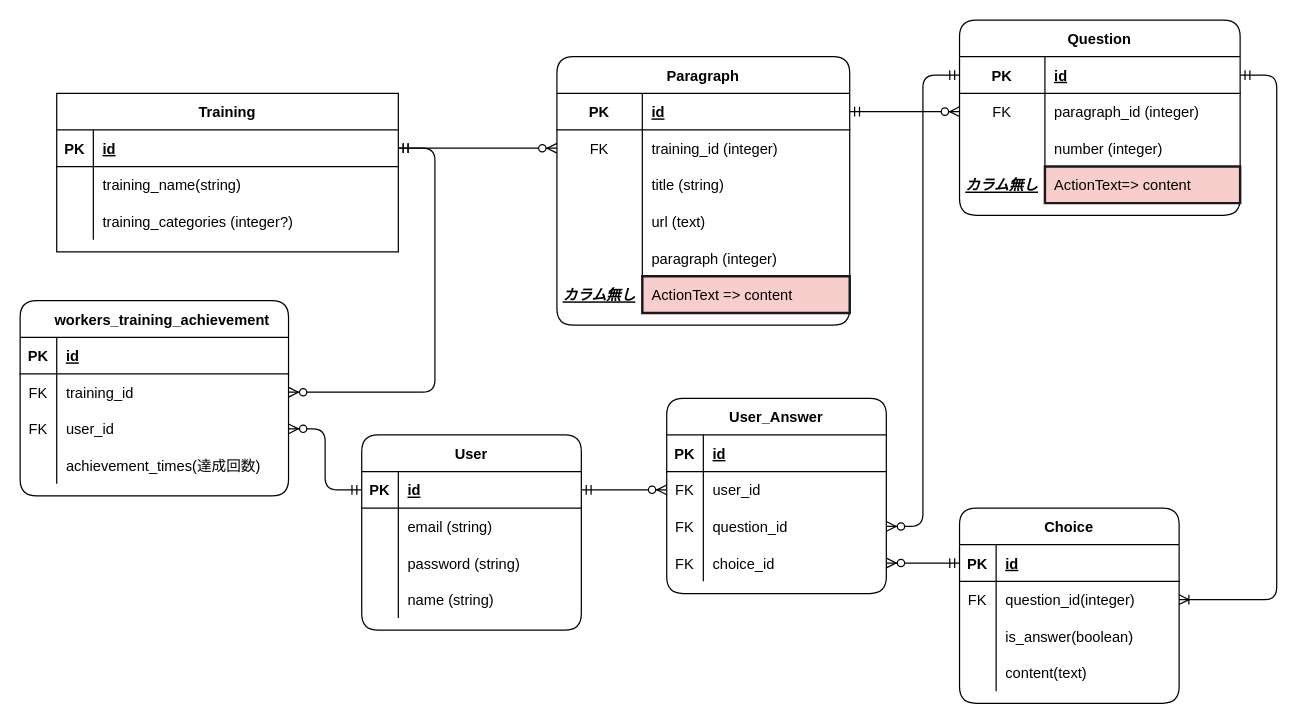
Earlier version of the draw.io diagram page "自分アプリ用" (1 of 2) of models.drawio (Yuluki-10/quiz-app). Source tidied: cells renumbered, new cells numbered last; positions are measured from the earlier drawing's top-left corner, leaving out a move shared by most shapes. Both pictures are drawn from the tidied source at 122%, with x=0, y=0 at pixel (20, 20).
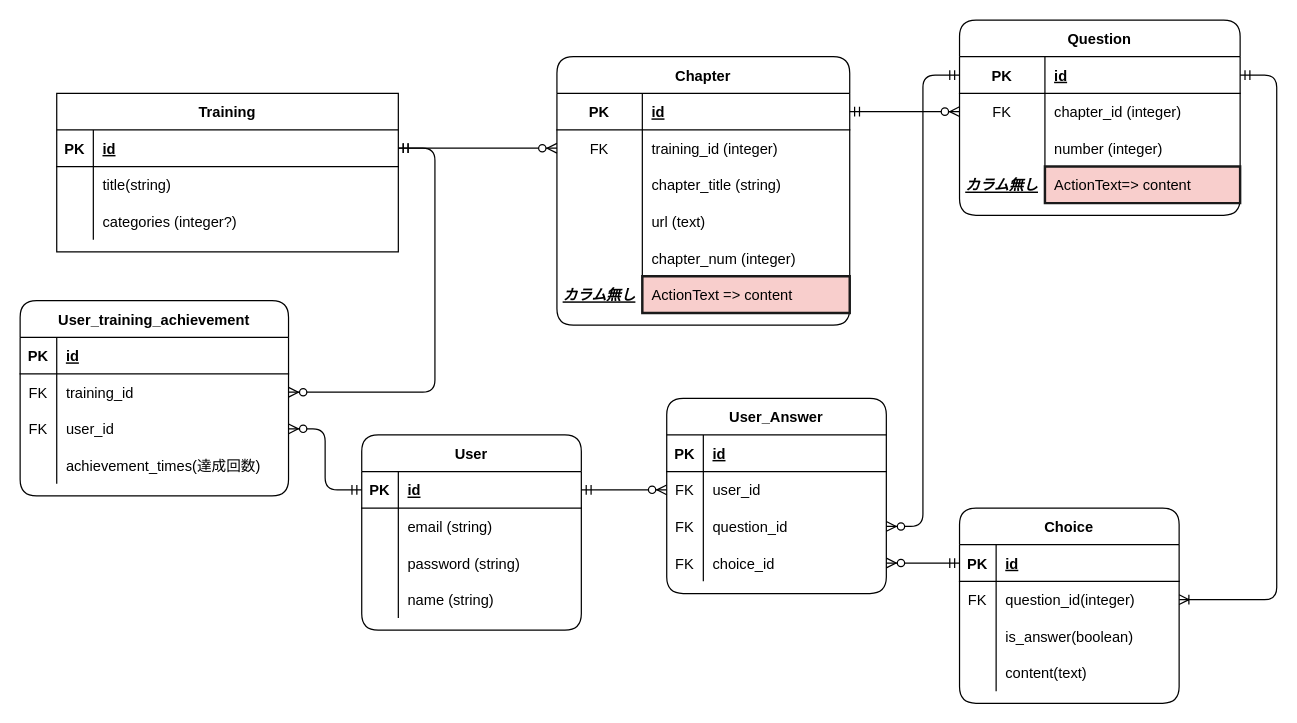
Above is the later version.

Unchanged cells that the change refers to:
```xml
<mxCell id="9" style="shape=partialRectangle;fillColor=none;top=0;left=0;bottom=0;right=0;rounded=1;" parent="2" vertex="1">
  <mxGeometry y="90" width="240" height="30" as="geometry" />
</mxCell>
<mxCell id="15" style="shape=partialRectangle;fillColor=none;top=0;left=0;bottom=0;right=0;rounded=1;" parent="2" vertex="1">
  <mxGeometry y="150" width="240" height="30" as="geometry" />
</mxCell>
<mxCell id="25" style="shape=partialRectangle;fillColor=none;top=0;left=0;bottom=0;right=0;points=[[0,0.5],[1,0.5]];portConstraint=eastwest;rounded=1;" parent="21" vertex="1">
  <mxGeometry y="60" width="230" height="30" as="geometry" />
</mxCell>
<mxCell id="82" style="shape=partialRectangle;fillColor=none;top=0;left=0;bottom=0;right=0;" parent="78" vertex="1">
  <mxGeometry y="60" width="280" height="30" as="geometry" />
</mxCell>
<mxCell id="85" style="shape=partialRectangle;fillColor=none;top=0;left=0;bottom=0;right=0;" parent="78" vertex="1">
  <mxGeometry y="90" width="280" height="30" as="geometry" />
</mxCell>
```

What changed in the source:
```diff
@@
-    <mxCell id="2" value="Paragraph" style="shape=table;startSize=30;childLayout=tableLayout;rowLines=0;fontStyle=1;align=center;rounded=1;" parent="1" vertex="1">
+    <mxCell id="2" value="Chapter" style="shape=table;startSize=30;childLayout=tableLayout;rowLines=0;fontStyle=1;align=center;rounded=1;" parent="1" vertex="1">
       <mxGeometry x="440" y="30" width="240" height="220" as="geometry" />
     </mxCell>
@@
-    <mxCell id="11" value="title (string)" style="shape=partialRectangle;fillColor=none;top=0;left=0;bottom=0;right=0;align=left;spacingLeft=6;overflow=hidden;rounded=1;" parent="9" vertex="1">
+    <mxCell id="11" value="chapter_title (string)" style="shape=partialRectangle;fillColor=none;top=0;left=0;bottom=0;right=0;align=left;spacingLeft=6;overflow=hidden;rounded=1;" parent="9" vertex="1">
       <mxGeometry x="70" width="170" height="30" as="geometry" />
     </mxCell>
@@
-    <mxCell id="17" value="paragraph (integer)" style="shape=partialRectangle;fillColor=none;top=0;left=0;bottom=0;right=0;align=left;spacingLeft=6;overflow=hidden;rounded=1;" parent="15" vertex="1">
+    <mxCell id="17" value="chapter_num (integer)" style="shape=partialRectangle;fillColor=none;top=0;left=0;bottom=0;right=0;align=left;spacingLeft=6;overflow=hidden;rounded=1;" parent="15" vertex="1">
       <mxGeometry x="70" width="170" height="30" as="geometry" />
     </mxCell>
@@
-    <mxCell id="27" value="paragraph_id (integer)" style="shape=partialRectangle;fillColor=none;top=0;left=0;bottom=0;right=0;align=left;spacingLeft=6;overflow=hidden;rounded=1;" parent="25" vertex="1">
+    <mxCell id="27" value="chapter_id (integer)" style="shape=partialRectangle;fillColor=none;top=0;left=0;bottom=0;right=0;align=left;spacingLeft=6;overflow=hidden;rounded=1;" parent="25" vertex="1">
       <mxGeometry x="70" width="160" height="30" as="geometry" />
     </mxCell>
@@
-    <mxCell id="84" value="training_name(string)" style="shape=partialRectangle;fillColor=none;top=0;left=0;bottom=0;right=0;align=left;spacingLeft=6;overflow=hidden;" parent="82" vertex="1">
+    <mxCell id="84" value="title(string)" style="shape=partialRectangle;fillColor=none;top=0;left=0;bottom=0;right=0;align=left;spacingLeft=6;overflow=hidden;" parent="82" vertex="1">
       <mxGeometry x="30" width="250" height="30" as="geometry" />
     </mxCell>
@@
-    <mxCell id="87" value="training_categories (integer?)" style="shape=partialRectangle;fillColor=none;top=0;left=0;bottom=0;right=0;align=left;spacingLeft=6;overflow=hidden;" parent="85" vertex="1">
+    <mxCell id="87" value="categories (integer?)" style="shape=partialRectangle;fillColor=none;top=0;left=0;bottom=0;right=0;align=left;spacingLeft=6;overflow=hidden;" parent="85" vertex="1">
       <mxGeometry x="30" width="250" height="30" as="geometry" />
     </mxCell>
@@
-    <mxCell id="89" value="    workers_training_achievement" style="shape=table;startSize=30;childLayout=tableLayout;rowLines=0;fontStyle=1;align=center;rounded=1;" parent="1" vertex="1">
+    <mxCell id="89" value="User_training_achievement" style="shape=table;startSize=30;childLayout=tableLayout;rowLines=0;fontStyle=1;align=center;rounded=1;" parent="1" vertex="1">
       <mxGeometry y="230" width="220" height="160" as="geometry" />
     </mxCell>
```
